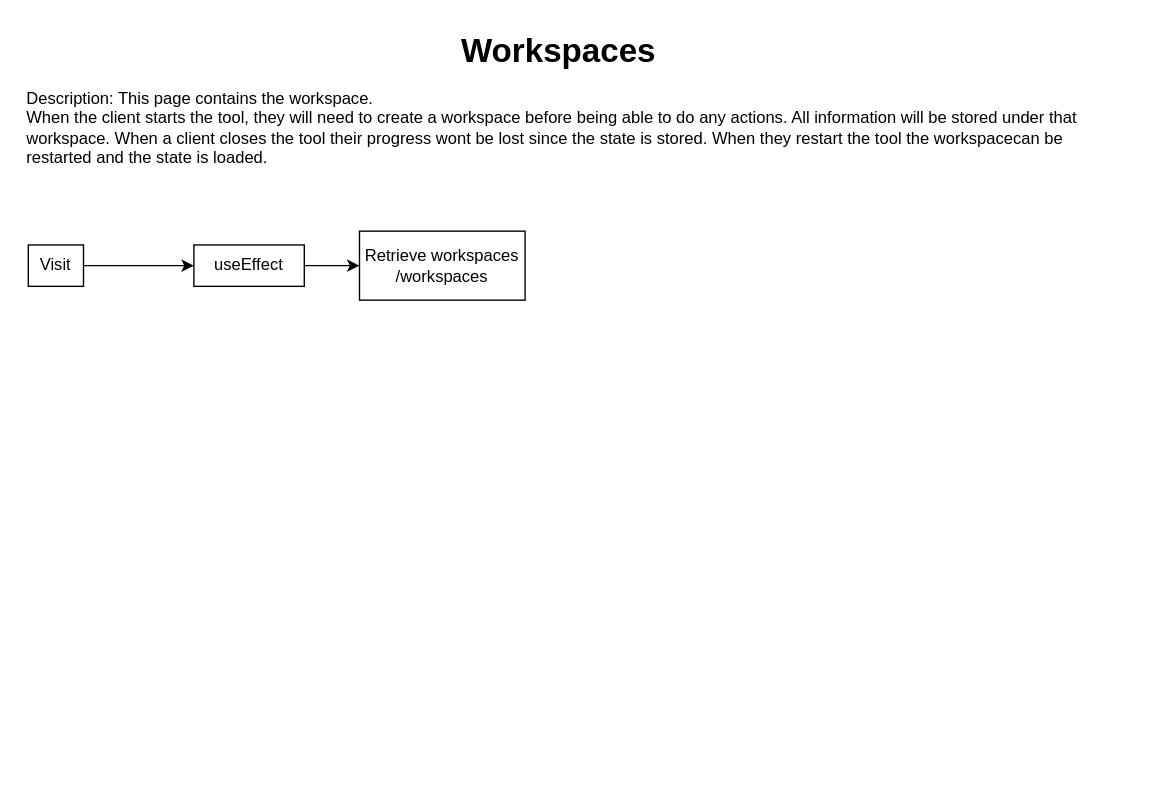
The draw.io diagram page "Workspaces" (1 of 3) of Phoenix_Pages_Flowchart.drawio in HishamLadha/McHacks2024, before the edit. Source tidied: cells renumbered, new cells numbered last; positions are measured from the earlier drawing's top-left corner, leaving out a move shared by most shapes. Both pictures are drawn from the tidied source at 138%, with x=0, y=0 at pixel (23, 23).
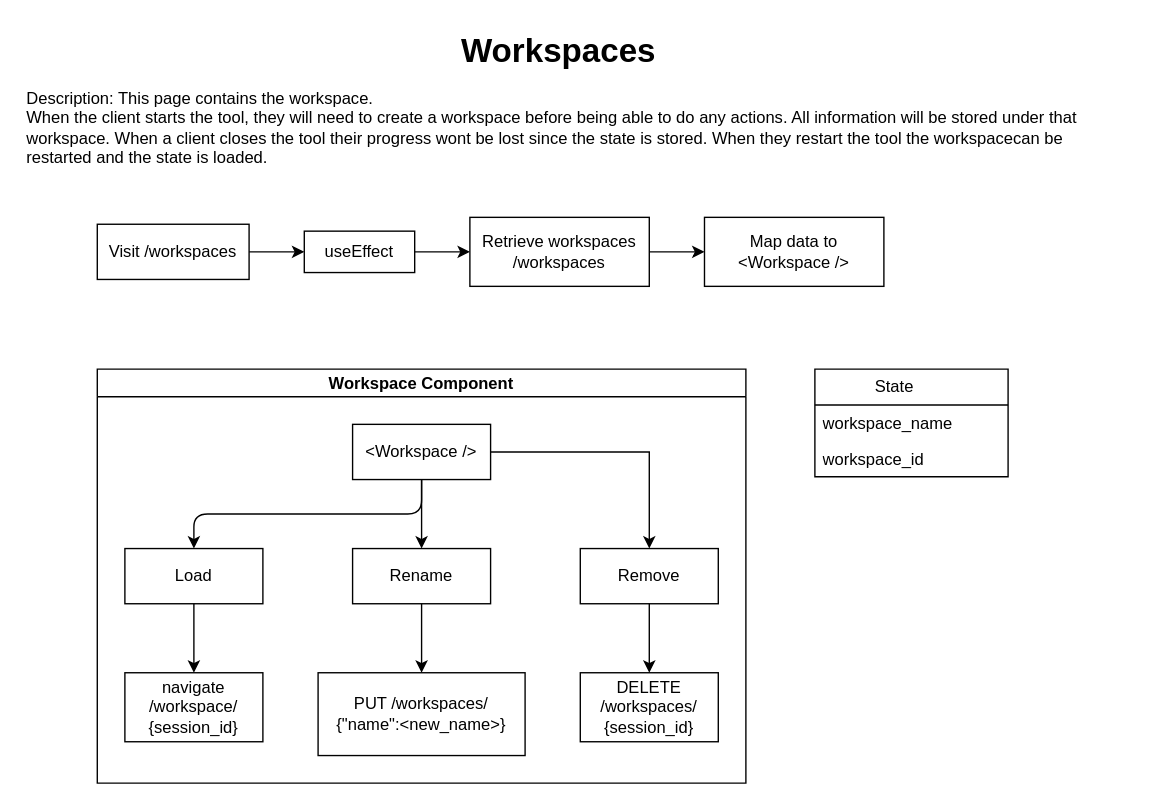
After the change.

What changed in the source:
```diff
@@
-    <mxCell id="5" value="Visit" style="rounded=0;whiteSpace=wrap;html=1;" parent="1" vertex="1">
-      <mxGeometry x="3" y="160" width="40" height="30" as="geometry" />
+    <mxCell id="5" value="Visit /workspaces" style="rounded=0;whiteSpace=wrap;html=1;" parent="1" vertex="1">
+      <mxGeometry x="53" y="145" width="110" height="40" as="geometry" />
     </mxCell>
@@
     <mxCell id="7" value="useEffect" style="rounded=0;whiteSpace=wrap;html=1;" parent="1" vertex="1">
-      <mxGeometry x="123" y="160" width="80" height="30" as="geometry" />
+      <mxGeometry x="203" y="150" width="80" height="30" as="geometry" />
     </mxCell>
+    <mxCell id="9" style="edgeStyle=orthogonalEdgeStyle;rounded=0;jettySize=auto;html=1;" parent="1" edge="1" source="8" target="10">
+      <mxGeometry relative="1" as="geometry" />
+    </mxCell>
     <mxCell id="8" value="&lt;div&gt;Retrieve workspaces&lt;/div&gt;&lt;div&gt;/workspaces&lt;br&gt;&lt;/div&gt;" style="rounded=0;whiteSpace=wrap;html=1;" parent="1" vertex="1">
-      <mxGeometry x="243" y="150" width="120" height="50" as="geometry" />
+      <mxGeometry x="323" y="140" width="130" height="50" as="geometry" />
     </mxCell>
+    <mxCell id="10" value="Map data to &amp;lt;Workspace /&amp;gt;" style="rounded=0;whiteSpace=wrap;html=1;" parent="1" vertex="1">
+      <mxGeometry x="493" y="140" width="130" height="50" as="geometry" />
+    </mxCell>
+    <mxCell id="11" value="Workspace Component" style="swimlane;startSize=20;horizontal=1;horizontalTree=0;containerType=tree;fontSize=12;" parent="1" vertex="1">
+      <mxGeometry x="53" y="250" width="470" height="300" as="geometry" />
+    </mxCell>
+    <mxCell id="12" value="&amp;lt;Workspace /&amp;gt;" style="whiteSpace=wrap;html=1;" parent="11" vertex="1">
+      <mxGeometry x="185" y="40" width="100" height="40" as="geometry" />
+    </mxCell>
+    <mxCell id="13" value="Load" style="whiteSpace=wrap;html=1;" parent="11" vertex="1">
+      <mxGeometry x="20" y="130" width="100" height="40" as="geometry" />
+    </mxCell>
+    <mxCell id="14" style="edgeStyle=elbowEdgeStyle;elbow=vertical;html=1;rounded=1;curved=0;sourcePerimeterSpacing=0;targetPerimeterSpacing=0;startSize=6;endSize=6;" parent="11" edge="1" source="12" target="13">
+      <mxGeometry relative="1" as="geometry" />
+    </mxCell>
+    <mxCell id="15" value="Rename" style="whiteSpace=wrap;html=1;" parent="11" vertex="1">
+      <mxGeometry x="185" y="130" width="100" height="40" as="geometry" />
+    </mxCell>
+    <mxCell id="16" style="edgeStyle=elbowEdgeStyle;elbow=vertical;html=1;rounded=1;curved=0;sourcePerimeterSpacing=0;targetPerimeterSpacing=0;startSize=6;endSize=6;" parent="11" edge="1" source="12" target="15">
+      <mxGeometry relative="1" as="geometry" />
+    </mxCell>
+    <mxCell id="17" style="edgeStyle=orthogonalEdgeStyle;rounded=0;jettySize=auto;html=1;" parent="11" edge="1" source="12" target="18">
+      <mxGeometry relative="1" as="geometry" />
+    </mxCell>
+    <mxCell id="18" value="Remove" style="whiteSpace=wrap;html=1;" parent="11" vertex="1">
+      <mxGeometry x="350" y="130" width="100" height="40" as="geometry" />
+    </mxCell>
+    <mxCell id="19" style="edgeStyle=elbowEdgeStyle;elbow=vertical;html=1;rounded=1;curved=0;sourcePerimeterSpacing=0;targetPerimeterSpacing=0;startSize=6;endSize=6;" parent="11" edge="1" source="13" target="20">
+      <mxGeometry relative="1" as="geometry" />
+    </mxCell>
+    <mxCell id="20" value="&lt;div&gt;navigate &lt;br&gt;&lt;/div&gt;&lt;div&gt;/workspace/&lt;/div&gt;&lt;div&gt;{session_id}&lt;br&gt;&lt;/div&gt;" style="whiteSpace=wrap;html=1;" parent="11" vertex="1">
+      <mxGeometry x="20" y="220" width="100" height="50" as="geometry" />
+    </mxCell>
+    <mxCell id="21" style="edgeStyle=elbowEdgeStyle;elbow=vertical;html=1;rounded=1;curved=0;sourcePerimeterSpacing=0;targetPerimeterSpacing=0;startSize=6;endSize=6;" parent="11" edge="1" source="15" target="22">
+      <mxGeometry relative="1" as="geometry" />
+    </mxCell>
+    <mxCell id="22" value="&lt;div&gt;PUT /workspaces/&lt;/div&gt;&lt;div&gt;{&quot;name&quot;:&amp;lt;new_name&amp;gt;}&lt;br&gt;&lt;/div&gt;" style="whiteSpace=wrap;html=1;" parent="11" vertex="1">
+      <mxGeometry x="160" y="220" width="150" height="60" as="geometry" />
+    </mxCell>
+    <mxCell id="23" style="edgeStyle=orthogonalEdgeStyle;rounded=0;jettySize=auto;html=1;" parent="11" edge="1" source="18" target="24">
+      <mxGeometry relative="1" as="geometry" />
+    </mxCell>
+    <mxCell id="24" value="&lt;div&gt;DELETE&lt;/div&gt;&lt;div&gt;/workspaces/&lt;/div&gt;&lt;div&gt;{session_id}&lt;br&gt;&lt;/div&gt;" style="whiteSpace=wrap;html=1;" parent="11" vertex="1">
+      <mxGeometry x="350" y="220" width="100" height="50" as="geometry" />
+    </mxCell>
+    <mxCell id="25" value="State&lt;span style=&quot;white-space: pre;&quot;&gt;&#9;&lt;/span&gt;" style="swimlane;fontStyle=0;horizontal=1;startSize=26;fillColor=none;html=1;" parent="1" vertex="1">
+      <mxGeometry x="573" y="250" width="140" height="78" as="geometry" />
+    </mxCell>
+    <mxCell id="26" value="&lt;div&gt;workspace_name&lt;/div&gt;" style="text;strokeColor=none;fillColor=none;align=left;verticalAlign=top;spacingLeft=4;spacingRight=4;overflow=hidden;whiteSpace=wrap;html=1;" parent="25" vertex="1">
+      <mxGeometry y="26" width="140" height="26" as="geometry" />
+    </mxCell>
+    <mxCell id="27" value="workspace_id" style="text;strokeColor=none;fillColor=none;align=left;verticalAlign=top;spacingLeft=4;spacingRight=4;overflow=hidden;whiteSpace=wrap;html=1;" parent="25" vertex="1">
+      <mxGeometry y="52" width="140" height="26" as="geometry" />
+    </mxCell>
```
